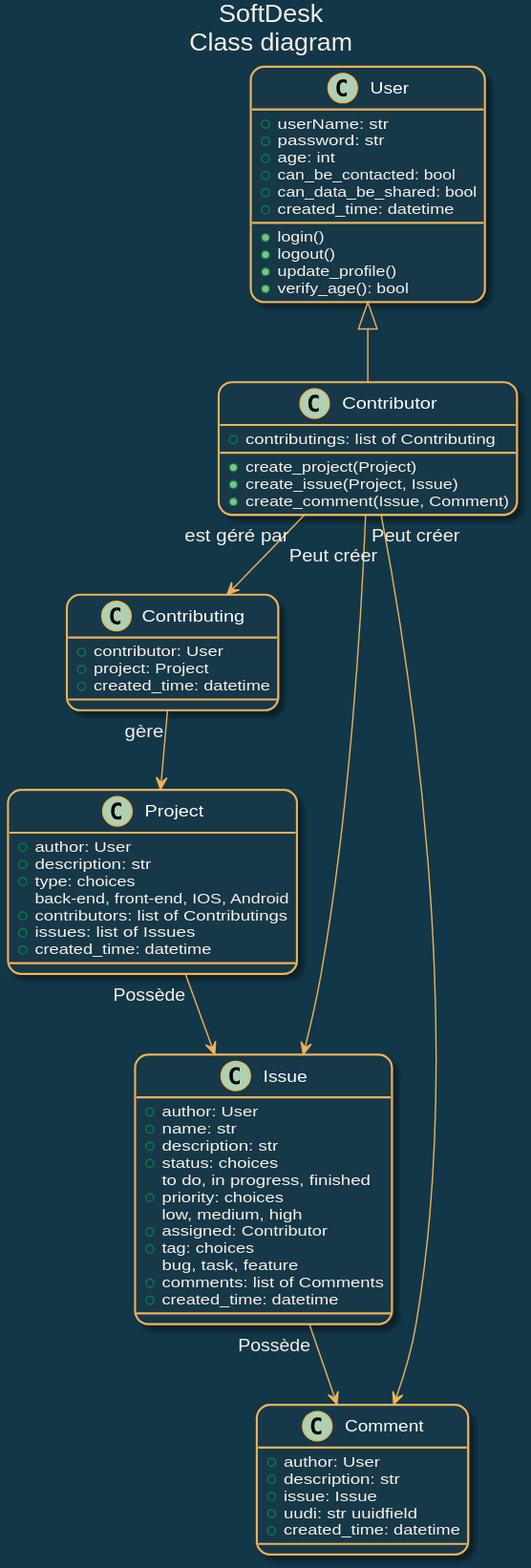
Above: README.svg in DaGuinci/SoftDesk (PlantUML), before the change.
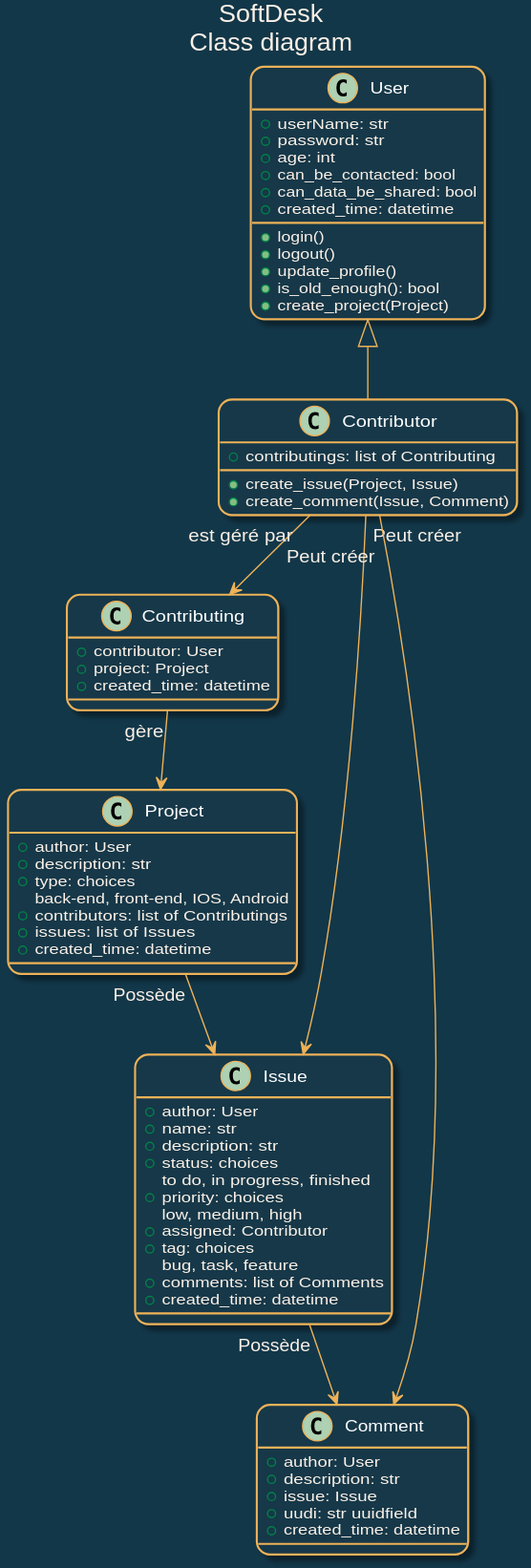
Later version of the same file.

The edit, as a diff of the source:
```diff
@@ -24,13 +24,13 @@
   + login()
   + logout()
   + update_profile()
-  + verify_age(): bool
+  + is_old_enough(): bool
   + created_time: datetime
+  + create_project(Project)
 }
 
 class Contributor extends User {
   + contributings: list of Contributing
-  + create_project(Project)
   + create_issue(Project, Issue)
   + create_comment(Issue, Comment)
 }
```
